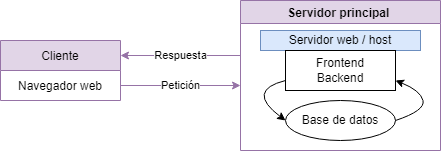
Before: My_portfolio_arquitecture.drawio.png, a diagram exported from draw.io (Geronimo-Samaja/My_repository_01). Source tidied: cells renumbered, new cells last; positions are measured from the earlier drawing's top-left corner, leaving out a move shared by most shapes.
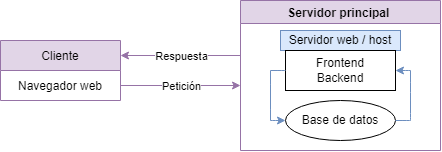
The same file after the commit.

The edit, as a diff of the source:
```diff
@@ -12,7 +12,7 @@
       <mxGeometry x="240" width="200" height="150" as="geometry" />
     </mxCell>
     <mxCell id="5" value="Servidor web / host" style="whiteSpace=wrap;html=1;fillColor=#dae8fc;strokeColor=#6c8ebf;" parent="4" vertex="1">
-      <mxGeometry x="20" y="30" width="160" height="20" as="geometry" />
+      <mxGeometry x="40" y="30" width="120" height="20" as="geometry" />
     </mxCell>
     <mxCell id="6" value="Base de datos" style="ellipse;whiteSpace=wrap;html=1;" parent="4" vertex="1">
       <mxGeometry x="45" y="100" width="110" height="40" as="geometry" />
@@ -20,25 +20,9 @@
     <mxCell id="7" value="&lt;div style=&quot;&quot;&gt;&lt;span style=&quot;background-color: initial;&quot;&gt;Frontend&lt;/span&gt;&lt;/div&gt;&lt;div style=&quot;&quot;&gt;&lt;span style=&quot;background-color: initial;&quot;&gt;Backend&lt;/span&gt;&lt;/div&gt;&lt;div style=&quot;&quot;&gt;&lt;/div&gt;" style="whiteSpace=wrap;html=1;align=center;" parent="4" vertex="1">
       <mxGeometry x="45" y="50" width="110" height="40" as="geometry" />
     </mxCell>
-    <mxCell id="8" style="curved=1;endArrow=classic;html=1;rounded=0;exitX=1;exitY=0.5;exitDx=0;exitDy=0;" parent="4" edge="1" source="6">
-      <mxGeometry relative="1" as="geometry">
-        <mxPoint x="155" y="80" as="targetPoint" />
-        <Array as="points">
-          <mxPoint x="185" y="110" />
-          <mxPoint x="180" y="90" />
-        </Array>
-      </mxGeometry>
-    </mxCell>
-    <mxCell id="9" style="curved=1;endArrow=classic;html=1;rounded=0;" parent="4" edge="1">
-      <mxGeometry relative="1" as="geometry">
-        <mxPoint x="45" y="80" as="sourcePoint" />
-        <mxPoint x="45" y="120" as="targetPoint" />
-        <Array as="points">
-          <mxPoint x="45" y="80" />
-          <mxPoint x="5" y="90" />
-        </Array>
-      </mxGeometry>
-    </mxCell>
+    <mxCell id="14" style="edgeStyle=none;shape=connector;curved=1;rounded=0;orthogonalLoop=1;jettySize=auto;html=1;entryX=1;entryY=0.5;entryDx=0;entryDy=0;labelBackgroundColor=default;fontFamily=Helvetica;fontSize=11;fontColor=default;endArrow=classic;strokeColor=default;" parent="4" edge="1" source="5" target="5">
+      <mxGeometry relative="1" as="geometry" />
+    </mxCell>
     <mxCell id="10" style="endArrow=classic;html=1;rounded=0;exitX=1;exitY=0.5;exitDx=0;exitDy=0;fillColor=#e1d5e7;strokeColor=#9673a6;" parent="1" edge="1" source="3">
       <mxGeometry relative="1" as="geometry">
         <mxPoint x="240" y="85" as="targetPoint" />
@@ -55,5 +39,40 @@
     <mxCell id="13" value="Respuesta" style="edgeLabel;html=1;align=center;verticalAlign=middle;" parent="12" vertex="1">
       <mxGeometry relative="1" as="geometry" />
     </mxCell>
+    <mxCell id="15" style="endArrow=none;html=1;rounded=0;labelBackgroundColor=default;fontFamily=Helvetica;fontSize=11;fontColor=default;strokeColor=#6c8ebf;shape=connector;curved=1;fillColor=#dae8fc;" parent="1" edge="1">
+      <mxGeometry relative="1" as="geometry">
+        <mxPoint x="270" y="120" as="sourcePoint" />
+        <mxPoint x="270" y="70" as="targetPoint" />
+        <Array as="points">
+          <mxPoint x="270" y="100" />
+        </Array>
+      </mxGeometry>
+    </mxCell>
+    <mxCell id="16" style="endArrow=classic;html=1;rounded=0;labelBackgroundColor=default;fontFamily=Helvetica;fontSize=11;fontColor=default;strokeColor=#6c8ebf;shape=connector;curved=1;entryX=0;entryY=0.5;entryDx=0;entryDy=0;fillColor=#dae8fc;" parent="1" edge="1" target="6">
+      <mxGeometry relative="1" as="geometry">
+        <mxPoint x="270" y="120" as="sourcePoint" />
+      </mxGeometry>
+    </mxCell>
+    <mxCell id="17" style="endArrow=none;html=1;rounded=0;labelBackgroundColor=default;fontFamily=Helvetica;fontSize=11;fontColor=default;strokeColor=#6c8ebf;shape=connector;curved=1;exitX=0;exitY=0.5;exitDx=0;exitDy=0;fillColor=#dae8fc;" parent="1" edge="1" source="7">
+      <mxGeometry relative="1" as="geometry">
+        <mxPoint x="270" y="70" as="targetPoint" />
+      </mxGeometry>
+    </mxCell>
+    <mxCell id="18" style="endArrow=classic;html=1;rounded=0;labelBackgroundColor=default;fontFamily=Helvetica;fontSize=11;fontColor=default;strokeColor=#6c8ebf;shape=connector;curved=1;entryX=1;entryY=0.5;entryDx=0;entryDy=0;fillColor=#dae8fc;" parent="1" edge="1" target="7">
+      <mxGeometry relative="1" as="geometry">
+        <mxPoint x="410" y="70" as="sourcePoint" />
+      </mxGeometry>
+    </mxCell>
+    <mxCell id="19" style="endArrow=none;html=1;rounded=0;labelBackgroundColor=default;fontFamily=Helvetica;fontSize=11;fontColor=default;strokeColor=#6c8ebf;shape=connector;curved=1;fillColor=#dae8fc;" parent="1" edge="1">
+      <mxGeometry relative="1" as="geometry">
+        <mxPoint x="410" y="120" as="sourcePoint" />
+        <mxPoint x="410" y="70" as="targetPoint" />
+      </mxGeometry>
+    </mxCell>
+    <mxCell id="20" style="endArrow=none;html=1;rounded=0;labelBackgroundColor=default;fontFamily=Helvetica;fontSize=11;fontColor=default;strokeColor=#6c8ebf;shape=connector;curved=1;fillColor=#dae8fc;entryX=1;entryY=0.5;entryDx=0;entryDy=0;" parent="1" edge="1" target="6">
+      <mxGeometry relative="1" as="geometry">
+        <mxPoint x="410" y="120" as="sourcePoint" />
+      </mxGeometry>
+    </mxCell>
   </root>
 </mxGraphModel>
```
